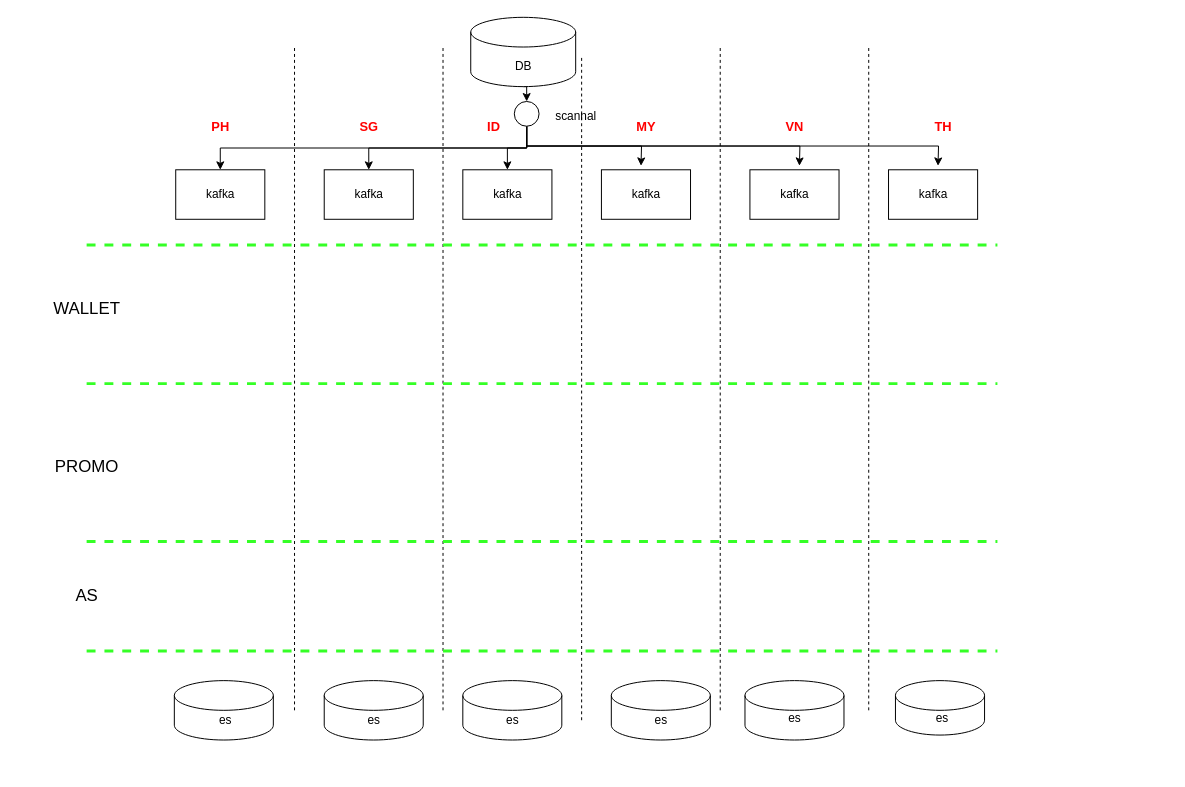
LadyTao/learn keeps this draw.io diagram as Untitled Diagram.drawio. Above is the earlier version. Source tidied: cells renumbered, new cells numbered last; positions are measured from the earlier drawing's top-left corner, leaving out a move shared by most shapes. Both pictures are drawn from the tidied source at 99%, with x=0, y=0 at pixel (47, 17).
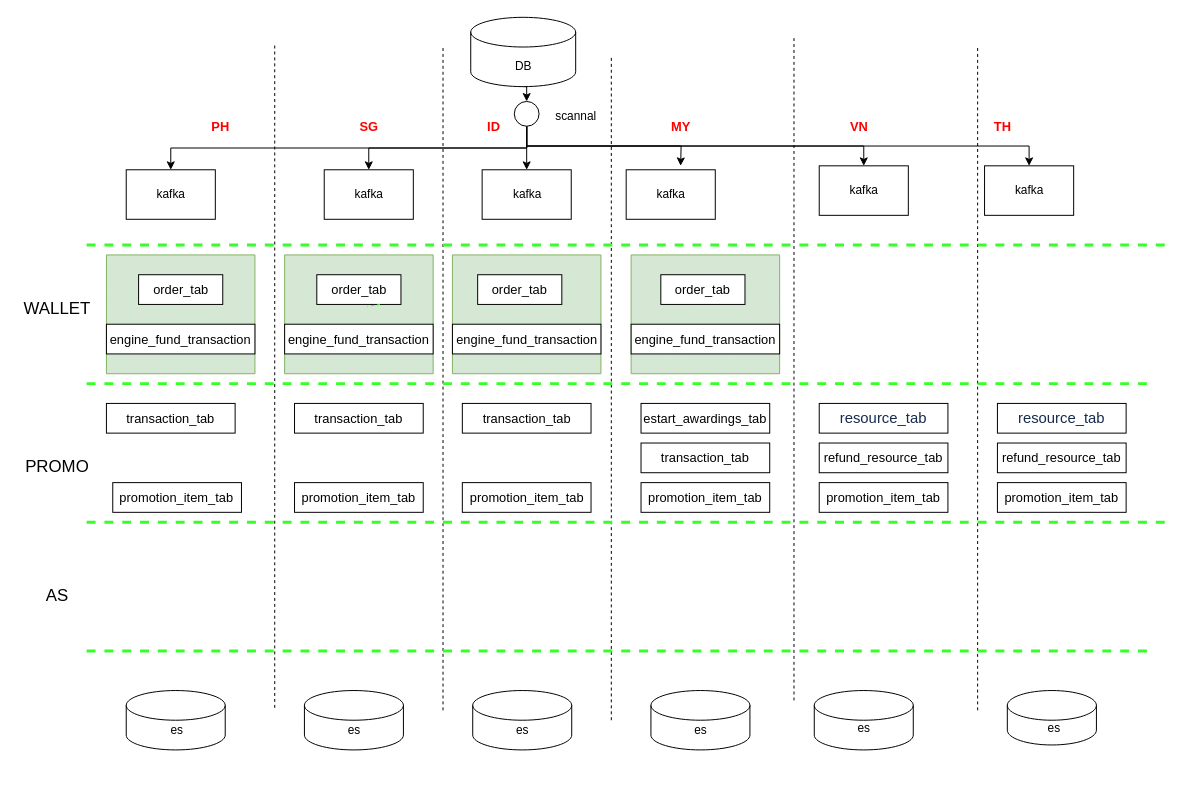
The same diagram, later.

Unchanged cells that the change refers to:
```xml
<mxCell id="13" style="rounded=0;whiteSpace=wrap;html=1;" parent="12" vertex="1">
  <mxGeometry width="90" height="50" as="geometry" />
</mxCell>
<mxCell id="16" style="rounded=0;whiteSpace=wrap;html=1;" parent="15" vertex="1">
  <mxGeometry width="90" height="50" as="geometry" />
</mxCell>
<mxCell id="33" style="ellipse;whiteSpace=wrap;html=1;" parent="1" vertex="1">
  <mxGeometry x="472" y="85" width="25" height="25" as="geometry" />
</mxCell>
<mxCell id="49" style="shape=cylinder3;whiteSpace=wrap;html=1;boundedLbl=1;backgroundOutline=1;size=15;" parent="48" vertex="1">
  <mxGeometry x="-1.4" width="100" height="60" as="geometry" />
</mxCell>
<mxCell id="50" value="es" style="text;html=1;align=center;verticalAlign=middle;points=[];fillColor=none;strokeColor=none;rounded=0;" parent="48" vertex="1">
  <mxGeometry x="35" y="30" width="30" height="20" as="geometry" />
</mxCell>
```

Diff of the diagram source:
```diff
@@
+    <mxCell id="66" style="verticalLabelPosition=bottom;verticalAlign=top;html=1;shape=mxgraph.basic.patternFillRect;fillStyle=diag;step=5;fillStrokeWidth=0.2;fillStrokeColor=#dddddd;fontFamily=Helvetica;fontSize=17;fillColor=#d5e8d4;strokeColor=#82b366;" parent="1" vertex="1">
+      <mxGeometry x="590" y="240" width="150" height="120" as="geometry" />
+    </mxCell>
+    <mxCell id="67" style="verticalLabelPosition=bottom;verticalAlign=top;html=1;shape=mxgraph.basic.patternFillRect;fillStyle=diag;step=5;fillStrokeWidth=0.2;fillStrokeColor=#dddddd;fontFamily=Helvetica;fontSize=17;fillColor=#d5e8d4;strokeColor=#82b366;" parent="1" vertex="1">
+      <mxGeometry x="409.5" y="240" width="150" height="120" as="geometry" />
+    </mxCell>
+    <mxCell id="68" style="verticalLabelPosition=bottom;verticalAlign=top;html=1;shape=mxgraph.basic.patternFillRect;fillStyle=diag;step=5;fillStrokeWidth=0.2;fillStrokeColor=#dddddd;fontFamily=Helvetica;fontSize=17;fillColor=#d5e8d4;strokeColor=#82b366;" parent="1" vertex="1">
+      <mxGeometry x="240" y="240" width="150" height="120" as="geometry" />
+    </mxCell>
+    <mxCell id="69" style="verticalLabelPosition=bottom;verticalAlign=top;html=1;shape=mxgraph.basic.patternFillRect;fillStyle=diag;step=5;fillStrokeWidth=0.2;fillStrokeColor=#dddddd;fontFamily=Helvetica;fontSize=17;fillColor=#d5e8d4;strokeColor=#82b366;" parent="1" vertex="1">
+      <mxGeometry x="60" y="240" width="150" height="120" as="geometry" />
+    </mxCell>
@@
     <mxCell id="5" style="group;" parent="1" vertex="1">
-      <mxGeometry x="420" y="670" width="100" height="60" as="geometry" />
+      <mxGeometry x="430" y="680" width="100" height="60" as="geometry" />
     </mxCell>
@@
     <mxCell id="9" style="group;" parent="1" vertex="1">
-      <mxGeometry x="130" y="154" width="90" height="50" as="geometry" />
+      <mxGeometry x="80" y="154" width="90" height="50" as="geometry" />
     </mxCell>
@@
     <mxCell id="12" style="group;" parent="1" vertex="1">
-      <mxGeometry x="850" y="154" width="90" height="50" as="geometry" />
+      <mxGeometry x="947" y="150" width="90" height="50" as="geometry" />
     </mxCell>
@@
     <mxCell id="15" style="group;" parent="1" vertex="1">
-      <mxGeometry x="710" y="154" width="90" height="50" as="geometry" />
+      <mxGeometry x="780" y="150" width="90" height="50" as="geometry" />
     </mxCell>
@@
     <mxCell id="18" style="group;" parent="1" vertex="1">
-      <mxGeometry x="560" y="154" width="90" height="50" as="geometry" />
+      <mxGeometry x="585" y="154" width="90" height="50" as="geometry" />
     </mxCell>
@@
     <mxCell id="21" style="group;" parent="1" vertex="1">
-      <mxGeometry x="420" y="154" width="90" height="50" as="geometry" />
+      <mxGeometry x="439.5" y="154" width="90" height="50" as="geometry" />
     </mxCell>
@@
     <mxCell id="28" style="edgeStyle=orthogonalEdgeStyle;rounded=0;jettySize=auto;html=1;exitX=0.5;exitY=1;exitDx=0;exitDy=0;" parent="1" edge="1" source="33">
       <mxGeometry relative="1" as="geometry">
-        <mxPoint x="600" y="150" as="targetPoint" />
+        <mxPoint x="640" y="150" as="targetPoint" />
       </mxGeometry>
     </mxCell>
-    <mxCell id="29" style="edgeStyle=orthogonalEdgeStyle;rounded=0;jettySize=auto;html=1;exitX=0.5;exitY=1;exitDx=0;exitDy=0;" parent="1" edge="1" source="33">
-      <mxGeometry relative="1" as="geometry">
-        <mxPoint x="760" y="150" as="targetPoint" />
-      </mxGeometry>
+    <mxCell id="29" style="edgeStyle=orthogonalEdgeStyle;rounded=0;jettySize=auto;html=1;exitX=0.5;exitY=1;exitDx=0;exitDy=0;entryX=0.5;entryY=0;entryDx=0;entryDy=0;" parent="1" edge="1" source="33" target="16">
+      <mxGeometry relative="1" as="geometry" />
     </mxCell>
-    <mxCell id="30" style="edgeStyle=orthogonalEdgeStyle;rounded=0;jettySize=auto;html=1;exitX=0.5;exitY=1;exitDx=0;exitDy=0;" parent="1" edge="1" source="33">
-      <mxGeometry relative="1" as="geometry">
-        <mxPoint x="900" y="150" as="targetPoint" />
-      </mxGeometry>
+    <mxCell id="30" style="edgeStyle=orthogonalEdgeStyle;rounded=0;jettySize=auto;html=1;exitX=0.5;exitY=1;exitDx=0;exitDy=0;entryX=0.5;entryY=0;entryDx=0;entryDy=0;" parent="1" edge="1" source="33" target="13">
+      <mxGeometry relative="1" as="geometry" />
     </mxCell>
@@
     <mxCell id="34" style="endArrow=none;dashed=1;html=1;rounded=0;" parent="1" edge="1">
       <mxGeometry relative="1" as="geometry">
-        <mxPoint x="250" y="700" as="sourcePoint" />
-        <mxPoint x="250" y="30" as="targetPoint" />
+        <mxPoint x="230" y="697.5" as="sourcePoint" />
+        <mxPoint x="230" y="27.5" as="targetPoint" />
       </mxGeometry>
     </mxCell>
@@
     <mxCell id="36" style="endArrow=none;dashed=1;html=1;rounded=0;" parent="1" edge="1">
       <mxGeometry relative="1" as="geometry">
-        <mxPoint x="540" y="710" as="sourcePoint" />
-        <mxPoint x="540" y="40" as="targetPoint" />
+        <mxPoint x="570" y="710" as="sourcePoint" />
+        <mxPoint x="570" y="40" as="targetPoint" />
       </mxGeometry>
     </mxCell>
     <mxCell id="37" style="endArrow=none;dashed=1;html=1;rounded=0;" parent="1" edge="1">
       <mxGeometry relative="1" as="geometry">
-        <mxPoint x="680" y="700" as="sourcePoint" />
-        <mxPoint x="680" y="30" as="targetPoint" />
+        <mxPoint x="754.5" y="690" as="sourcePoint" />
+        <mxPoint x="754.5" y="20" as="targetPoint" />
       </mxGeometry>
     </mxCell>
     <mxCell id="38" style="endArrow=none;dashed=1;html=1;rounded=0;" parent="1" edge="1">
       <mxGeometry relative="1" as="geometry">
-        <mxPoint x="830" y="700" as="sourcePoint" />
-        <mxPoint x="830" y="30" as="targetPoint" />
+        <mxPoint x="940" y="700" as="sourcePoint" />
+        <mxPoint x="940" y="30" as="targetPoint" />
       </mxGeometry>
     </mxCell>
@@
     <mxCell id="41" value="&lt;b style=&quot;color: rgb(255, 0, 0); font-size: 13px;&quot;&gt;MY&lt;/b&gt;" style="text;html=1;align=center;verticalAlign=middle;fillColor=none;strokeColor=none;rounded=0;" parent="1" vertex="1">
-      <mxGeometry x="585" y="100" width="40" height="20" as="geometry" />
+      <mxGeometry x="620" y="100" width="40" height="20" as="geometry" />
     </mxCell>
     <mxCell id="42" value="&lt;b style=&quot;color: rgb(255, 0, 0); font-size: 13px;&quot;&gt;VN&lt;/b&gt;" style="text;html=1;align=center;verticalAlign=middle;fillColor=none;strokeColor=none;rounded=0;" parent="1" vertex="1">
-      <mxGeometry x="740" y="100" width="30" height="20" as="geometry" />
+      <mxGeometry x="805" y="100" width="30" height="20" as="geometry" />
     </mxCell>
     <mxCell id="43" value="&lt;font color=&quot;#ff0000&quot;&gt;&lt;span style=&quot;font-size: 13px;&quot;&gt;&lt;b&gt;TH&lt;/b&gt;&lt;/span&gt;&lt;/font&gt;" style="text;html=1;align=center;verticalAlign=middle;fillColor=none;strokeColor=none;rounded=0;" parent="1" vertex="1">
-      <mxGeometry x="890" y="100" width="30" height="20" as="geometry" />
+      <mxGeometry x="950" y="100" width="30" height="20" as="geometry" />
     </mxCell>
@@
     <mxCell id="45" style="group;" parent="1" vertex="1">
-      <mxGeometry x="280" y="670" width="100" height="60" as="geometry" />
+      <mxGeometry x="260" y="680" width="100" height="60" as="geometry" />
     </mxCell>
@@
     <mxCell id="48" style="group;" parent="1" vertex="1">
-      <mxGeometry x="130" y="670" width="100" height="60" as="geometry" />
+      <mxGeometry x="81.4" y="680" width="100" height="60" as="geometry" />
     </mxCell>
+    <mxCell id="70" style="edgeStyle=none;shape=connector;rounded=0;jettySize=auto;html=1;exitX=0.855;exitY=1;exitDx=0;exitDy=-4.35;exitPerimeter=0;entryX=0.717;entryY=1.1;entryDx=0;entryDy=0;entryPerimeter=0;dashed=1;labelBackgroundColor=default;fontFamily=Helvetica;fontSize=17;fontColor=#000000;endArrow=none;strokeColor=#35FF26;fillColor=#33FF99;" parent="48" edge="1" source="49" target="50">
+      <mxGeometry relative="1" as="geometry" />
+    </mxCell>
@@
     <mxCell id="51" style="group;" parent="1" vertex="1">
-      <mxGeometry x="570" y="690" width="100" height="60" as="geometry" />
+      <mxGeometry x="610" y="700" width="100" height="60" as="geometry" />
     </mxCell>
@@
     <mxCell id="54" style="group;" parent="1" vertex="1">
-      <mxGeometry x="857" y="670" width="90" height="55" as="geometry" />
+      <mxGeometry x="970" y="680" width="90" height="55" as="geometry" />
     </mxCell>
@@
     <mxCell id="57" style="endArrow=none;dashed=1;html=1;rounded=0;fontSize=17;fontColor=#33FF33;fillColor=#33FF99;strokeColor=#35FF26;fontStyle=0;spacing=4;strokeWidth=3;" parent="1" edge="1">
       <mxGeometry relative="1" as="geometry">
         <mxPoint x="40" y="230" as="sourcePoint" />
-        <mxPoint x="960" y="230" as="targetPoint" />
+        <mxPoint x="1130" y="230" as="targetPoint" />
       </mxGeometry>
     </mxCell>
     <mxCell id="58" style="endArrow=none;dashed=1;html=1;rounded=0;fontSize=17;fontColor=#33FF33;fillColor=#33FF99;strokeColor=#35FF26;fontStyle=1;spacing=4;strokeWidth=3;" parent="1" edge="1">
       <mxGeometry relative="1" as="geometry">
         <mxPoint x="40" y="370" as="sourcePoint" />
-        <mxPoint x="960" y="370" as="targetPoint" />
+        <mxPoint x="1120" y="370" as="targetPoint" />
       </mxGeometry>
     </mxCell>
     <mxCell id="59" style="endArrow=none;dashed=1;html=1;rounded=0;fontSize=17;fontColor=#33FF33;fillColor=#33FF99;strokeColor=#35FF26;fontStyle=1;spacing=4;strokeWidth=3;" parent="1" edge="1">
       <mxGeometry relative="1" as="geometry">
-        <mxPoint x="40" y="529.5" as="sourcePoint" />
-        <mxPoint x="960" y="529.5" as="targetPoint" />
+        <mxPoint x="40" y="510" as="sourcePoint" />
+        <mxPoint x="1130" y="510" as="targetPoint" />
       </mxGeometry>
     </mxCell>
     <mxCell id="60" style="shape=cylinder3;whiteSpace=wrap;html=1;boundedLbl=1;backgroundOutline=1;size=15;" parent="1" vertex="1">
-      <mxGeometry x="705" y="670" width="100" height="60" as="geometry" />
+      <mxGeometry x="775" y="680" width="100" height="60" as="geometry" />
     </mxCell>
     <mxCell id="61" style="endArrow=none;dashed=1;html=1;rounded=0;fontSize=17;fontColor=#33FF33;fillColor=#33FF99;strokeColor=#35FF26;fontStyle=1;spacing=4;strokeWidth=3;" parent="1" edge="1">
       <mxGeometry relative="1" as="geometry">
         <mxPoint x="40" y="640" as="sourcePoint" />
-        <mxPoint x="960" y="640" as="targetPoint" />
+        <mxPoint x="1120" y="640" as="targetPoint" />
       </mxGeometry>
     </mxCell>
     <mxCell id="62" value="es" style="text;html=1;align=center;verticalAlign=middle;fillColor=none;strokeColor=none;rounded=0;" parent="1" vertex="1">
-      <mxGeometry x="740" y="697.5" width="30" height="20" as="geometry" />
+      <mxGeometry x="810" y="707.5" width="30" height="20" as="geometry" />
     </mxCell>
     <mxCell id="63" value="&lt;font color=&quot;#000000&quot;&gt;WALLET&lt;/font&gt;" style="text;html=1;align=center;verticalAlign=middle;fillColor=none;strokeColor=none;rounded=0;fontFamily=Helvetica;fontSize=17;fontColor=#33FF33;" parent="1" vertex="1">
-      <mxGeometry y="280" width="80" height="30" as="geometry" />
+      <mxGeometry x="-30" y="280" width="80" height="30" as="geometry" />
     </mxCell>
     <mxCell id="64" value="&lt;font color=&quot;#000000&quot;&gt;PROMO&lt;/font&gt;" style="text;html=1;align=center;verticalAlign=middle;fillColor=none;strokeColor=none;rounded=0;fontFamily=Helvetica;fontSize=17;fontColor=#33FF33;" parent="1" vertex="1">
-      <mxGeometry y="440" width="80" height="30" as="geometry" />
+      <mxGeometry x="-30" y="440" width="80" height="30" as="geometry" />
     </mxCell>
     <mxCell id="65" value="&lt;font color=&quot;#000000&quot;&gt;AS&lt;/font&gt;" style="text;html=1;align=center;verticalAlign=middle;fillColor=none;strokeColor=none;rounded=0;fontFamily=Helvetica;fontSize=17;fontColor=#33FF33;" parent="1" vertex="1">
-      <mxGeometry x="20" y="570" width="40" height="30" as="geometry" />
+      <mxGeometry x="-10" y="570" width="40" height="30" as="geometry" />
     </mxCell>
+    <mxCell id="71" style="edgeStyle=none;shape=connector;rounded=0;jettySize=auto;html=1;exitX=0.75;exitY=1;exitDx=0;exitDy=0;dashed=1;labelBackgroundColor=default;fontFamily=Helvetica;fontSize=17;fontColor=#000000;endArrow=none;strokeColor=#35FF26;fillColor=#33FF99;" parent="1" edge="1" source="72">
+      <mxGeometry relative="1" as="geometry">
+        <mxPoint x="340" y="290" as="targetPoint" />
+      </mxGeometry>
+    </mxCell>
+    <mxCell id="72" value="&lt;span style=&quot;font-family: Arial; font-size: 13px; text-align: left; background-color: rgb(255, 255, 255);&quot;&gt;order_tab&lt;/span&gt;" style="rounded=0;whiteSpace=wrap;html=1;fontFamily=Helvetica;fontSize=17;fontColor=#000000;" parent="1" vertex="1">
+      <mxGeometry x="272.5" y="260" width="85" height="30" as="geometry" />
+    </mxCell>
+    <mxCell id="73" value="&lt;span style=&quot;font-family: Arial; font-size: 13px; text-align: left; background-color: rgb(255, 255, 255);&quot;&gt;engine_fund_transaction&lt;/span&gt;" style="rounded=0;whiteSpace=wrap;html=1;fontFamily=Helvetica;fontSize=17;fontColor=#000000;" parent="1" vertex="1">
+      <mxGeometry x="240" y="310" width="150" height="30" as="geometry" />
+    </mxCell>
+    <mxCell id="74" value="&lt;span style=&quot;font-family: Arial; font-size: 13px; text-align: left; background-color: rgb(255, 255, 255);&quot;&gt;order_tab&lt;/span&gt;" style="rounded=0;whiteSpace=wrap;html=1;fontFamily=Helvetica;fontSize=17;fontColor=#000000;" parent="1" vertex="1">
+      <mxGeometry x="92.5" y="260" width="85" height="30" as="geometry" />
+    </mxCell>
+    <mxCell id="75" value="&lt;span style=&quot;font-family: Arial; font-size: 13px; text-align: left; background-color: rgb(255, 255, 255);&quot;&gt;engine_fund_transaction&lt;/span&gt;" style="rounded=0;whiteSpace=wrap;html=1;fontFamily=Helvetica;fontSize=17;fontColor=#000000;" parent="1" vertex="1">
+      <mxGeometry x="60" y="310" width="150" height="30" as="geometry" />
+    </mxCell>
+    <mxCell id="76" value="&lt;span style=&quot;font-family: Arial; font-size: 13px; text-align: left; background-color: rgb(255, 255, 255);&quot;&gt;order_tab&lt;/span&gt;" style="rounded=0;whiteSpace=wrap;html=1;fontFamily=Helvetica;fontSize=17;fontColor=#000000;" parent="1" vertex="1">
+      <mxGeometry x="435" y="260" width="85" height="30" as="geometry" />
+    </mxCell>
+    <mxCell id="77" value="&lt;span style=&quot;font-family: Arial; font-size: 13px; text-align: left; background-color: rgb(255, 255, 255);&quot;&gt;engine_fund_transaction&lt;/span&gt;" style="rounded=0;whiteSpace=wrap;html=1;fontFamily=Helvetica;fontSize=17;fontColor=#000000;" parent="1" vertex="1">
+      <mxGeometry x="409.5" y="310" width="150" height="30" as="geometry" />
+    </mxCell>
+    <mxCell id="78" value="&lt;span style=&quot;font-family: Arial; font-size: 13px; text-align: left; background-color: rgb(255, 255, 255);&quot;&gt;order_tab&lt;/span&gt;" style="rounded=0;whiteSpace=wrap;html=1;fontFamily=Helvetica;fontSize=17;fontColor=#000000;" parent="1" vertex="1">
+      <mxGeometry x="620" y="260" width="85" height="30" as="geometry" />
+    </mxCell>
+    <mxCell id="79" value="&lt;span style=&quot;font-family: Arial; font-size: 13px; text-align: left; background-color: rgb(255, 255, 255);&quot;&gt;engine_fund_transaction&lt;/span&gt;" style="rounded=0;whiteSpace=wrap;html=1;fontFamily=Helvetica;fontSize=17;fontColor=#000000;" parent="1" vertex="1">
+      <mxGeometry x="590" y="310" width="150" height="30" as="geometry" />
+    </mxCell>
+    <mxCell id="80" style="edgeStyle=none;shape=connector;rounded=0;orthogonalLoop=1;jettySize=auto;html=1;exitX=0.75;exitY=1;exitDx=0;exitDy=0;entryX=0.6;entryY=1.067;entryDx=0;entryDy=0;entryPerimeter=0;dashed=1;labelBackgroundColor=default;fontFamily=Helvetica;fontSize=17;fontColor=#000000;endArrow=none;strokeColor=#35FF26;fillColor=#33FF99;" parent="1" edge="1" source="72" target="72">
+      <mxGeometry relative="1" as="geometry" />
+    </mxCell>
+    <mxCell id="81" value="&lt;span style=&quot;font-family: Arial; font-size: 13px; text-align: left; background-color: rgb(255, 255, 255);&quot;&gt;estart_awardings_tab&lt;/span&gt;" style="rounded=0;whiteSpace=wrap;html=1;fontFamily=Helvetica;fontSize=17;fontColor=#000000;" parent="1" vertex="1">
+      <mxGeometry x="600" y="390" width="130" height="30" as="geometry" />
+    </mxCell>
+    <mxCell id="82" value="&lt;span style=&quot;color: rgb(23, 43, 77); font-family: Arial; font-size: 15px; text-align: left; background-color: rgb(255, 255, 255);&quot;&gt;resource_tab&lt;/span&gt;" style="rounded=0;whiteSpace=wrap;html=1;fontFamily=Helvetica;fontSize=17;fontColor=#000000;" parent="1" vertex="1">
+      <mxGeometry x="780" y="390" width="130" height="30" as="geometry" />
+    </mxCell>
+    <mxCell id="83" value="&lt;span style=&quot;font-family: Arial; font-size: 13px; text-align: left; background-color: rgb(255, 255, 255);&quot;&gt;refund_resource_tab&lt;/span&gt;" style="rounded=0;whiteSpace=wrap;html=1;fontFamily=Helvetica;fontSize=17;fontColor=#000000;" parent="1" vertex="1">
+      <mxGeometry x="780" y="430" width="130" height="30" as="geometry" />
+    </mxCell>
+    <mxCell id="84" value="&lt;span style=&quot;color: rgb(23, 43, 77); font-family: Arial; font-size: 15px; text-align: left; background-color: rgb(255, 255, 255);&quot;&gt;resource_tab&lt;/span&gt;" style="rounded=0;whiteSpace=wrap;html=1;fontFamily=Helvetica;fontSize=17;fontColor=#000000;" parent="1" vertex="1">
+      <mxGeometry x="960" y="390" width="130" height="30" as="geometry" />
+    </mxCell>
+    <mxCell id="85" value="&lt;span style=&quot;font-family: Arial; font-size: 13px; text-align: left; background-color: rgb(255, 255, 255);&quot;&gt;refund_resource_tab&lt;/span&gt;" style="rounded=0;whiteSpace=wrap;html=1;fontFamily=Helvetica;fontSize=17;fontColor=#000000;" parent="1" vertex="1">
+      <mxGeometry x="960" y="430" width="130" height="30" as="geometry" />
+    </mxCell>
+    <mxCell id="86" value="&lt;span style=&quot;font-family: Arial; font-size: 13px; text-align: left; background-color: rgb(255, 255, 255);&quot;&gt;transaction_tab&lt;/span&gt;" style="rounded=0;whiteSpace=wrap;html=1;fontFamily=Helvetica;fontSize=17;fontColor=#000000;" parent="1" vertex="1">
+      <mxGeometry x="60" y="390" width="130" height="30" as="geometry" />
+    </mxCell>
+    <mxCell id="87" value="&lt;span style=&quot;font-family: Arial; font-size: 13px; text-align: left; background-color: rgb(255, 255, 255);&quot;&gt;transaction_tab&lt;/span&gt;" style="rounded=0;whiteSpace=wrap;html=1;fontFamily=Helvetica;fontSize=17;fontColor=#000000;" parent="1" vertex="1">
+      <mxGeometry x="419.5" y="390" width="130" height="30" as="geometry" />
+    </mxCell>
+    <mxCell id="88" value="&lt;span style=&quot;font-family: Arial; font-size: 13px; text-align: left; background-color: rgb(255, 255, 255);&quot;&gt;transaction_tab&lt;/span&gt;" style="rounded=0;whiteSpace=wrap;html=1;fontFamily=Helvetica;fontSize=17;fontColor=#000000;" parent="1" vertex="1">
+      <mxGeometry x="250" y="390" width="130" height="30" as="geometry" />
+    </mxCell>
+    <mxCell id="89" value="&lt;span style=&quot;font-family: Arial; font-size: 13px; text-align: left; background-color: rgb(255, 255, 255);&quot;&gt;transaction_tab&lt;/span&gt;" style="rounded=0;whiteSpace=wrap;html=1;fontFamily=Helvetica;fontSize=17;fontColor=#000000;" parent="1" vertex="1">
+      <mxGeometry x="600" y="430" width="130" height="30" as="geometry" />
+    </mxCell>
+    <mxCell id="90" value="&lt;span style=&quot;font-family: Arial; font-size: 13px; text-align: left; background-color: rgb(255, 255, 255);&quot;&gt;promotion_item_tab&lt;/span&gt;" style="rounded=0;whiteSpace=wrap;html=1;fontFamily=Helvetica;fontSize=17;fontColor=#000000;" parent="1" vertex="1">
+      <mxGeometry x="600" y="470" width="130" height="30" as="geometry" />
+    </mxCell>
+    <mxCell id="91" value="&lt;span style=&quot;font-family: Arial; font-size: 13px; text-align: left; background-color: rgb(255, 255, 255);&quot;&gt;promotion_item_tab&lt;/span&gt;" style="rounded=0;whiteSpace=wrap;html=1;fontFamily=Helvetica;fontSize=17;fontColor=#000000;" parent="1" vertex="1">
+      <mxGeometry x="780" y="470" width="130" height="30" as="geometry" />
+    </mxCell>
+    <mxCell id="92" value="&lt;span style=&quot;font-family: Arial; font-size: 13px; text-align: left; background-color: rgb(255, 255, 255);&quot;&gt;promotion_item_tab&lt;/span&gt;" style="rounded=0;whiteSpace=wrap;html=1;fontFamily=Helvetica;fontSize=17;fontColor=#000000;" parent="1" vertex="1">
+      <mxGeometry x="960" y="470" width="130" height="30" as="geometry" />
+    </mxCell>
+    <mxCell id="93" value="&lt;span style=&quot;font-family: Arial; font-size: 13px; text-align: left; background-color: rgb(255, 255, 255);&quot;&gt;promotion_item_tab&lt;/span&gt;" style="rounded=0;whiteSpace=wrap;html=1;fontFamily=Helvetica;fontSize=17;fontColor=#000000;" parent="1" vertex="1">
+      <mxGeometry x="419.5" y="470" width="130" height="30" as="geometry" />
+    </mxCell>
+    <mxCell id="94" value="&lt;span style=&quot;font-family: Arial; font-size: 13px; text-align: left; background-color: rgb(255, 255, 255);&quot;&gt;promotion_item_tab&lt;/span&gt;" style="rounded=0;whiteSpace=wrap;html=1;fontFamily=Helvetica;fontSize=17;fontColor=#000000;" parent="1" vertex="1">
+      <mxGeometry x="250" y="470" width="130" height="30" as="geometry" />
+    </mxCell>
+    <mxCell id="95" value="&lt;span style=&quot;font-family: Arial; font-size: 13px; text-align: left; background-color: rgb(255, 255, 255);&quot;&gt;promotion_item_tab&lt;/span&gt;" style="rounded=0;whiteSpace=wrap;html=1;fontFamily=Helvetica;fontSize=17;fontColor=#000000;" parent="1" vertex="1">
+      <mxGeometry x="66.4" y="470" width="130" height="30" as="geometry" />
+    </mxCell>
```
